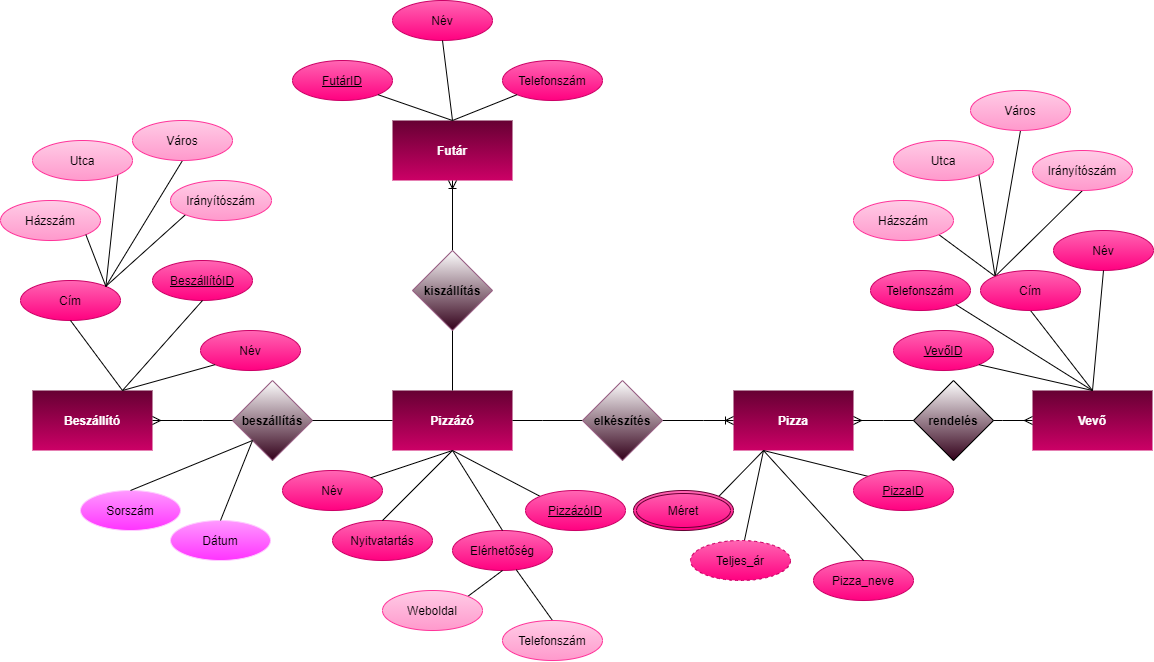
The draw.io diagram XMLTaskMOIZHL/ERmoizhl.png in zsirosnikolett/MOIZHL_XMLGyak, before a commit. Source tidied: cells renumbered, new cells last; positions are measured from the earlier drawing's top-left corner, leaving out a move shared by most shapes.
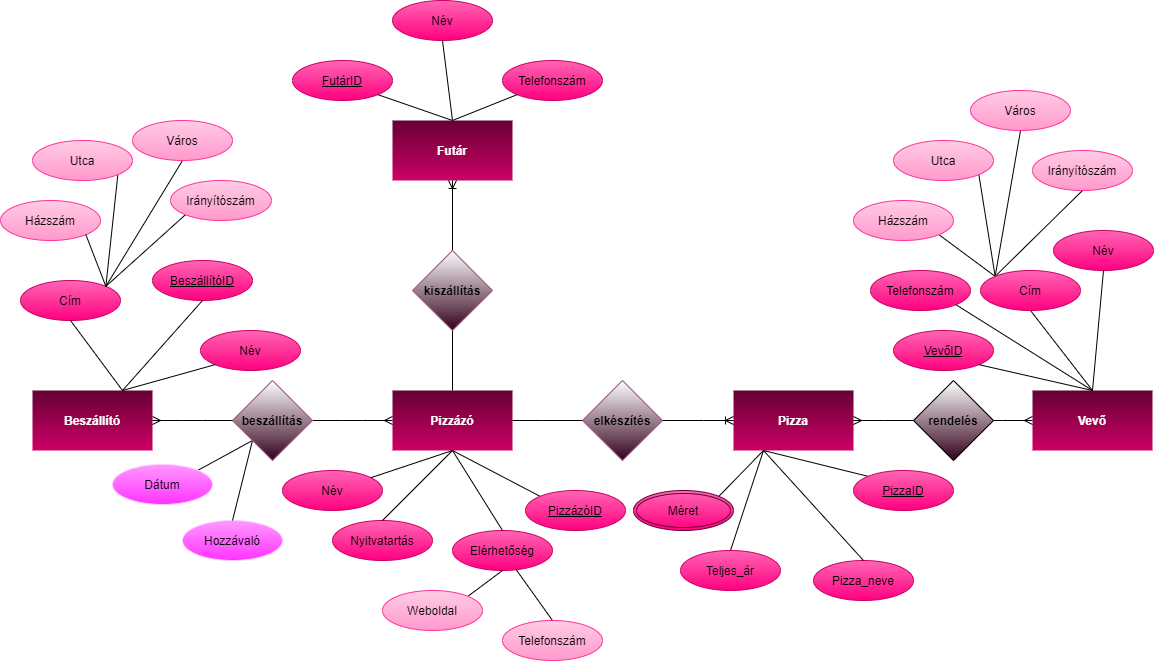
The same diagram one commit later.

What changed in the source:
```diff
@@ -35,6 +35,9 @@
     <mxCell id="12" value="Név" style="ellipse;whiteSpace=wrap;html=1;rounded=0;shadow=0;strokeColor=#CC0066;fillColor=#FF66B3;gradientDirection=south;gradientColor=#FF0080;" parent="1" vertex="1">
       <mxGeometry x="282" y="470" width="100" height="40" as="geometry" />
     </mxCell>
+    <mxCell id="77" value="Hozzávaló" style="ellipse;whiteSpace=wrap;html=1;rounded=0;shadow=0;strokeColor=#FFCCFF;fillColor=#FF99FF;gradientDirection=south;gradientColor=#FF33FF;" parent="1" vertex="1">
+      <mxGeometry x="182" y="520" width="100" height="40" as="geometry" />
+    </mxCell>
     <mxCell id="13" value="Cím" style="ellipse;whiteSpace=wrap;html=1;rounded=0;shadow=0;strokeColor=#CC0066;fillColor=#FF66B3;gradientDirection=south;gradientColor=#FF0080;" parent="1" vertex="1">
       <mxGeometry x="20" y="280" width="100" height="40" as="geometry" />
     </mxCell>
@@ -56,6 +59,9 @@
     <mxCell id="19" value="Pizza_neve" style="ellipse;whiteSpace=wrap;html=1;rounded=0;shadow=0;strokeColor=#CC0066;fillColor=#FF66B3;gradientDirection=south;gradientColor=#FF0080;" parent="1" vertex="1">
       <mxGeometry x="813" y="560" width="100" height="40" as="geometry" />
     </mxCell>
+    <mxCell id="73" style="edgeStyle=entityRelationEdgeStyle;fontSize=12;html=1;endArrow=ERmany;startArrow=none;rounded=0;entryX=0;entryY=0.5;entryDx=0;entryDy=0;exitX=1;exitY=0.5;exitDx=0;exitDy=0;" parent="1" edge="1" source="39" target="3">
+      <mxGeometry relative="1" as="geometry" />
+    </mxCell>
     <mxCell id="20" style="endArrow=none;html=1;rounded=0;exitX=1;exitY=0;exitDx=0;exitDy=0;entryX=1;entryY=1;entryDx=0;entryDy=0;" parent="1" edge="1" source="13" target="35">
       <mxGeometry relative="1" as="geometry" />
     </mxCell>
@@ -83,6 +89,12 @@
     <mxCell id="28" style="endArrow=none;html=1;rounded=0;exitX=0.5;exitY=1;exitDx=0;exitDy=0;entryX=1;entryY=0;entryDx=0;entryDy=0;" parent="1" edge="1" source="10" target="31">
       <mxGeometry relative="1" as="geometry" />
     </mxCell>
+    <mxCell id="78" style="endArrow=none;html=1;rounded=0;entryX=0.5;entryY=0;entryDx=0;entryDy=0;exitX=0;exitY=1;exitDx=0;exitDy=0;" parent="1" edge="1" source="39" target="77">
+      <mxGeometry relative="1" as="geometry" />
+    </mxCell>
+    <mxCell id="79" style="endArrow=none;html=1;rounded=0;exitX=0;exitY=1;exitDx=0;exitDy=0;entryX=1;entryY=0;entryDx=0;entryDy=0;" parent="1" edge="1" source="39" target="38">
+      <mxGeometry relative="1" as="geometry" />
+    </mxCell>
     <mxCell id="29" style="endArrow=none;html=1;rounded=0;exitX=0.5;exitY=1;exitDx=0;exitDy=0;entryX=0.75;entryY=0;entryDx=0;entryDy=0;" parent="1" edge="1" source="15" target="2">
       <mxGeometry relative="1" as="geometry" />
     </mxCell>
@@ -113,7 +125,7 @@
       <mxGeometry relative="1" as="geometry" />
     </mxCell>
     <mxCell id="38" value="Dátum" style="ellipse;whiteSpace=wrap;html=1;rounded=0;shadow=0;strokeColor=#FFCCFF;fillColor=#FF99FF;gradientDirection=south;gradientColor=#FF33FF;" parent="1" vertex="1">
-      <mxGeometry x="170" y="520" width="100" height="40" as="geometry" />
+      <mxGeometry x="112" y="464" width="100" height="40" as="geometry" />
     </mxCell>
     <mxCell id="39" value="&lt;b&gt;beszállítás&lt;/b&gt;" style="rhombus;whiteSpace=wrap;html=1;rounded=0;shadow=0;strokeColor=#996185;fillColor=#FFFFFF;gradientDirection=south;gradientColor=#33001A;" parent="1" vertex="1">
       <mxGeometry x="232" y="380" width="80" height="80" as="geometry" />
@@ -127,7 +139,7 @@
     <mxCell id="42" style="endArrow=none;html=1;rounded=0;entryX=1;entryY=0;entryDx=0;entryDy=0;exitX=0.25;exitY=1;exitDx=0;exitDy=0;" parent="1" edge="1" source="5" target="51">
       <mxGeometry relative="1" as="geometry" />
     </mxCell>
-    <mxCell id="43" style="endArrow=none;html=1;rounded=0;exitX=0.25;exitY=1;exitDx=0;exitDy=0;" parent="1" edge="1" source="5" target="49">
+    <mxCell id="43" style="endArrow=none;html=1;rounded=0;exitX=0.25;exitY=1;exitDx=0;exitDy=0;entryX=0.5;entryY=0;entryDx=0;entryDy=0;" parent="1" edge="1" source="5" target="49">
       <mxGeometry relative="1" as="geometry" />
     </mxCell>
     <mxCell id="44" style="endArrow=none;html=1;rounded=0;exitX=0;exitY=0;exitDx=0;exitDy=0;entryX=0.25;entryY=1;entryDx=0;entryDy=0;" parent="1" edge="1" source="50" target="5">
@@ -145,9 +157,6 @@
     <mxCell id="48" style="edgeStyle=none;rounded=0;orthogonalLoop=1;jettySize=auto;html=1;entryX=0.5;entryY=0;entryDx=0;entryDy=0;" parent="1" edge="1" source="4" target="4">
       <mxGeometry relative="1" as="geometry" />
     </mxCell>
-    <mxCell id="49" value="Teljes_ár" style="ellipse;whiteSpace=wrap;html=1;align=center;dashed=1;rounded=0;shadow=0;strokeColor=#CC0066;fillColor=#FF66B3;gradientColor=#FF0080;gradientDirection=south;" parent="1" vertex="1">
-      <mxGeometry x="690" y="540" width="100" height="40" as="geometry" />
-    </mxCell>
     <mxCell id="50" value="&lt;u&gt;PizzaID&lt;/u&gt;" style="ellipse;whiteSpace=wrap;html=1;align=center;rounded=0;shadow=0;strokeColor=#CC0066;fillColor=#FF66B3;gradientColor=#FF0080;gradientDirection=south;" parent="1" vertex="1">
       <mxGeometry x="853" y="470" width="100" height="40" as="geometry" />
     </mxCell>
@@ -217,17 +226,8 @@
     <mxCell id="72" style="endArrow=none;html=1;rounded=0;exitX=0.5;exitY=1;exitDx=0;exitDy=0;entryX=0.75;entryY=0;entryDx=0;entryDy=0;" parent="1" edge="1" source="13" target="2">
       <mxGeometry relative="1" as="geometry" />
     </mxCell>
-    <mxCell id="73" style="endArrow=none;html=1;rounded=0;fontColor=#000000;exitX=1;exitY=0.5;exitDx=0;exitDy=0;entryX=0;entryY=0.5;entryDx=0;entryDy=0;" parent="1" edge="1" source="39" target="3">
-      <mxGeometry relative="1" as="geometry" />
-    </mxCell>
-    <mxCell id="74" style="endArrow=none;html=1;rounded=0;exitX=0.5;exitY=0;exitDx=0;exitDy=0;entryX=0;entryY=1;entryDx=0;entryDy=0;" parent="1" edge="1" source="38" target="39">
-      <mxGeometry relative="1" as="geometry" />
-    </mxCell>
-    <mxCell id="75" value="Sorszám" style="ellipse;whiteSpace=wrap;html=1;rounded=0;shadow=0;strokeColor=#FFCCFF;fillColor=#FF99FF;gradientDirection=south;gradientColor=#FF33FF;" parent="1" vertex="1">
-      <mxGeometry x="80" y="490" width="100" height="40" as="geometry" />
-    </mxCell>
-    <mxCell id="76" style="endArrow=none;html=1;rounded=0;exitX=0.5;exitY=0;exitDx=0;exitDy=0;entryX=0;entryY=1;entryDx=0;entryDy=0;" parent="1" edge="1" source="75" target="39">
-      <mxGeometry relative="1" as="geometry" />
-    </mxCell>
+    <mxCell id="49" value="Teljes_ár" style="ellipse;whiteSpace=wrap;html=1;rounded=0;shadow=0;strokeColor=#CC0066;fillColor=#FF66B3;gradientDirection=south;gradientColor=#FF0080;" parent="1" vertex="1">
+      <mxGeometry x="680" y="550" width="100" height="40" as="geometry" />
+    </mxCell>
   </root>
 </mxGraphModel>
```
